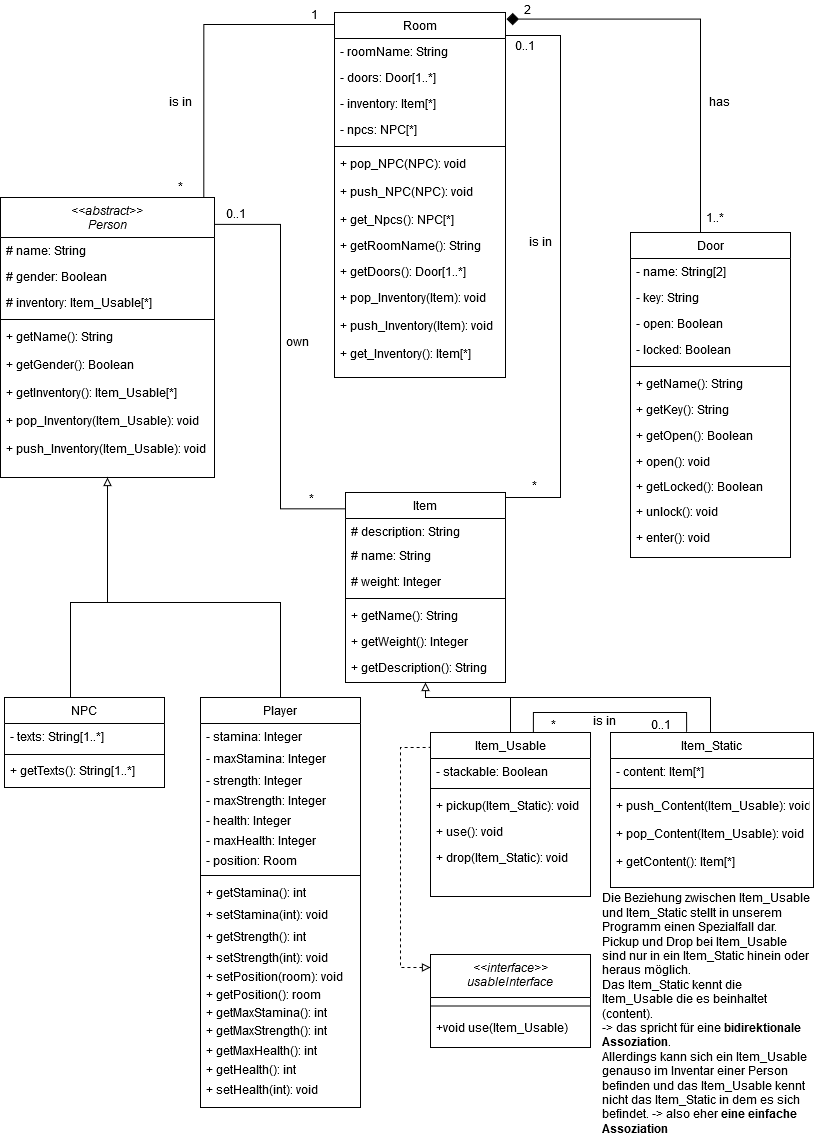
Elegond/AE-Text-Adventure keeps this draw.io diagram as Klassendiagram.png. Above is the earlier version. Source tidied: cells renumbered, new cells last; positions are measured from the earlier drawing's top-left corner, leaving out a move shared by most shapes.
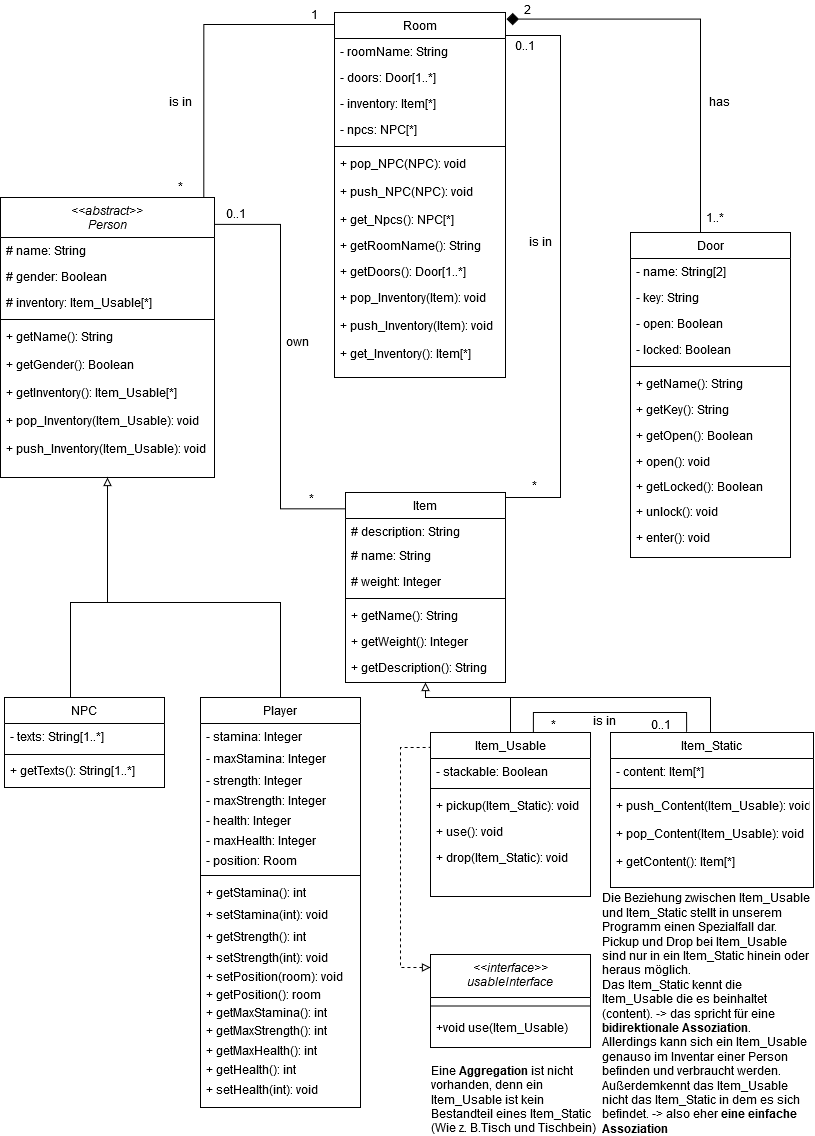
Above is the later version.

What changed in the source:
```diff
@@ -384,8 +384,11 @@
     <mxCell id="110" value="+ enter(): void" style="text;align=left;verticalAlign=top;spacingLeft=4;spacingRight=4;overflow=hidden;" parent="1" vertex="1">
       <mxGeometry x="630" y="524" width="160" height="26" as="geometry" />
     </mxCell>
-    <mxCell id="111" value="&lt;div&gt;Die Beziehung zwischen Item_Usable und Item_Static stellt in unserem Programm einen Spezialfall dar.&lt;/div&gt;&lt;div&gt;Pickup und Drop bei Item_Usable sind nur in ein Item_Static hinein oder heraus möglich. &lt;br&gt;&lt;/div&gt;&lt;div&gt;Das Item_Static kennt die Item_Usable die es beinhaltet (content). &lt;br&gt;&lt;/div&gt;&lt;div&gt;-&amp;gt; das spricht für eine &lt;b&gt;bidirektionale Assoziation&lt;/b&gt;.&lt;/div&gt;&lt;div&gt;Allerdings kann sich ein Item_Usable genauso im Inventar einer Person befinden und das Item_Usable kennt nicht das Item_Static in dem es sich befindet. -&amp;gt; also eher&lt;b&gt; eine einfache Assoziation&lt;/b&gt;&lt;br&gt;&lt;/div&gt;" style="text;html=1;strokeColor=none;fillColor=none;align=left;verticalAlign=middle;whiteSpace=wrap;rounded=0;" parent="1" vertex="1">
+    <mxCell id="111" value="&lt;div&gt;Die Beziehung zwischen Item_Usable und Item_Static stellt in unserem Programm einen Spezialfall dar.&lt;/div&gt;&lt;div&gt;Pickup und Drop bei Item_Usable sind nur in ein Item_Static hinein oder heraus möglich. &lt;br&gt;&lt;/div&gt;&lt;div&gt;Das Item_Static kennt die Item_Usable die es beinhaltet (content). -&amp;gt; das spricht für eine &lt;b&gt;bidirektionale Assoziation&lt;/b&gt;.&lt;/div&gt;&lt;div&gt;Allerdings kann sich ein Item_Usable genauso im Inventar einer Person befinden und verbraucht werden. Außerdemkennt das Item_Usable nicht das Item_Static in dem es sich befindet. -&amp;gt; also eher&lt;b&gt; eine einfache Assoziation&lt;/b&gt;&lt;br&gt;&lt;/div&gt;" style="text;html=1;strokeColor=none;fillColor=none;align=left;verticalAlign=middle;whiteSpace=wrap;rounded=0;" parent="1" vertex="1">
       <mxGeometry x="600" y="1002.5" width="213" height="20" as="geometry" />
     </mxCell>
+    <mxCell id="112" value="&lt;div align=&quot;left&quot;&gt;Eine &lt;b&gt;Aggregation&lt;/b&gt; ist nicht vorhanden, denn ein Item_Usable ist kein Bestandteil eines Item_Static (Wie z. B.Tisch und Tischbein)&lt;br&gt;&lt;/div&gt;" style="text;html=1;strokeColor=none;fillColor=none;align=center;verticalAlign=middle;whiteSpace=wrap;rounded=0;" parent="1" vertex="1">
+      <mxGeometry x="430" y="1089" width="170" height="20" as="geometry" />
+    </mxCell>
   </root>
 </mxGraphModel>
```
